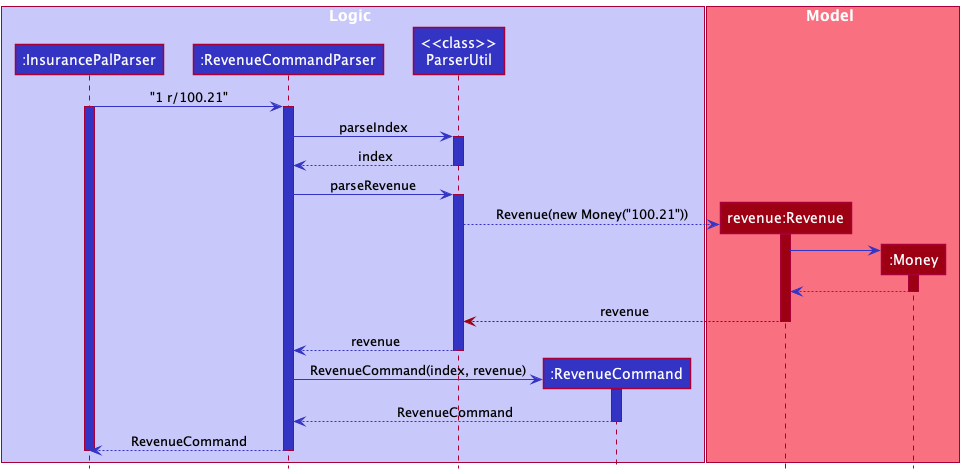
Earlier version of the PlantUML export docs/images/RevenueCommandParserSequenceDiagram.png (nus-cs2103-AY2122S1/tp).
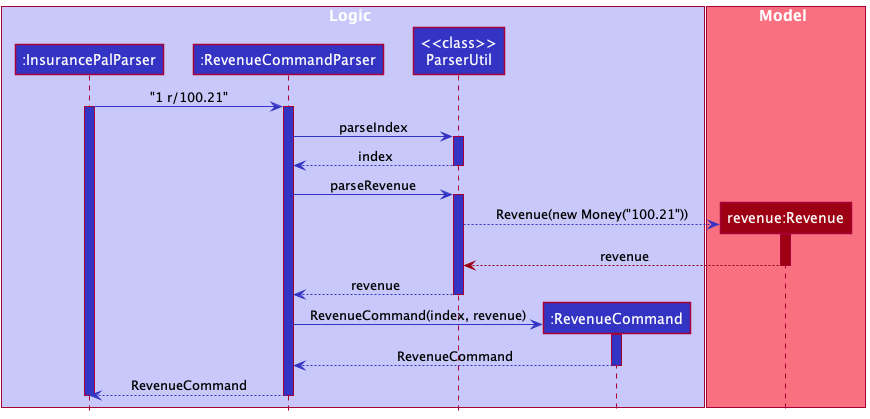
Above is the later version.

Diff of the diagram source:
```diff
@@ -10,7 +10,6 @@
 
 box Model MODEL_COLOR_T1
 Participant "revenue:Revenue" as revenue MODEL_COLOR
-Participant ":Money" as money MODEL_COLOR
 end box
 
 insurancePalParser -[LOGIC_COLOR]> revenueCommandParser :"1 r/100.21"
@@ -29,13 +28,6 @@
 create revenue
 util -[LOGIC_COLOR]-> revenue: Revenue(new Money("100.21"))
 activate revenue MODEL_COLOR
-
-create money
-revenue -[LOGIC_COLOR]> money:
-activate money MODEL_COLOR
-
-money -[LOGIC_COLOR]-> revenue :
-deactivate money
 
 revenue -[MODEL_COLOR]-> util :revenue
 deactivate revenue
```
